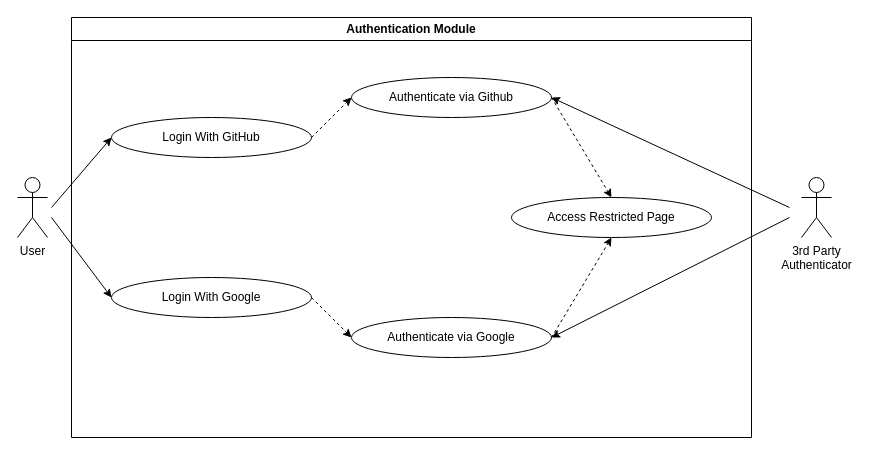
This is Usecase Diagram/Auth Module UseCase.drawio from Harshul1484/BMP-, a draw.io file, before an edit. Source tidied: cells renumbered, new cells numbered last; positions are measured from the earlier drawing's top-left corner, leaving out a move shared by most shapes. Both pictures are drawn from the tidied source at 100%, with x=0, y=0 at pixel (17, 17).
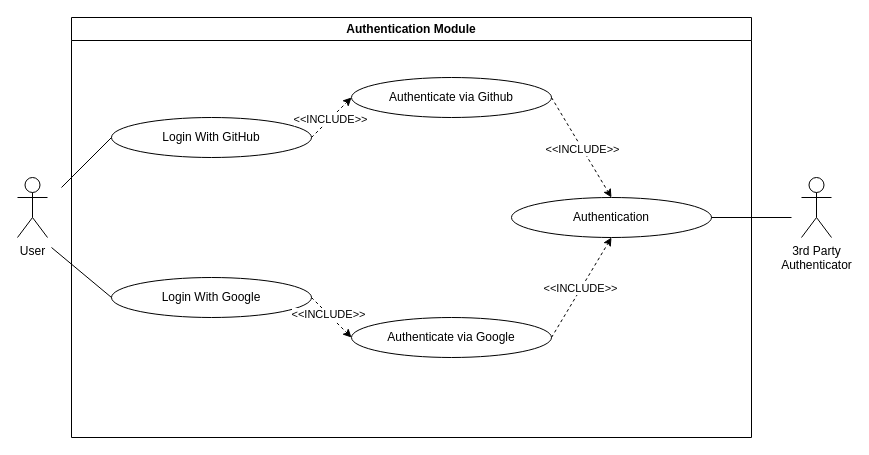
The same diagram, later.

Unchanged cells that the change refers to:
```xml
<mxCell id="2" value="Authentication Module" style="swimlane;whiteSpace=wrap;html=1;" parent="1" vertex="1">
  <mxGeometry x="54" width="680" height="420" as="geometry" />
</mxCell>
<mxCell id="3" value="Login With GitHub" style="ellipse;whiteSpace=wrap;html=1;" parent="2" vertex="1">
  <mxGeometry x="40" y="100" width="200" height="40" as="geometry" />
</mxCell>
<mxCell id="4" value="Login With Google" style="ellipse;whiteSpace=wrap;html=1;" parent="2" vertex="1">
  <mxGeometry x="40" y="260" width="200" height="40" as="geometry" />
</mxCell>
<mxCell id="5" value="Authenticate via Github" style="ellipse;whiteSpace=wrap;html=1;" parent="2" vertex="1">
  <mxGeometry x="280" y="60" width="200" height="40" as="geometry" />
</mxCell>
<mxCell id="6" value="Authenticate via Google" style="ellipse;whiteSpace=wrap;html=1;" parent="2" vertex="1">
  <mxGeometry x="280" y="300" width="200" height="40" as="geometry" />
</mxCell>
<mxCell id="9" style="endArrow=classic;html=1;rounded=0;exitX=1;exitY=0.5;exitDx=0;exitDy=0;entryX=0;entryY=0.5;entryDx=0;entryDy=0;dashed=1;" parent="2" edge="1" source="3" target="5">
  <mxGeometry relative="1" as="geometry" />
</mxCell>
<mxCell id="10" style="endArrow=classic;html=1;rounded=0;exitX=1;exitY=0.5;exitDx=0;exitDy=0;entryX=0;entryY=0.5;entryDx=0;entryDy=0;dashed=1;" parent="2" edge="1" source="4" target="6">
  <mxGeometry relative="1" as="geometry" />
</mxCell>
<mxCell id="11" style="endArrow=classic;html=1;rounded=0;exitX=1;exitY=0.5;exitDx=0;exitDy=0;entryX=0.5;entryY=0;entryDx=0;entryDy=0;dashed=1;" parent="2" edge="1" source="5" target="7">
  <mxGeometry relative="1" as="geometry" />
</mxCell>
<mxCell id="12" style="endArrow=classic;html=1;rounded=0;exitX=1;exitY=0.5;exitDx=0;exitDy=0;entryX=0.5;entryY=1;entryDx=0;entryDy=0;dashed=1;" parent="2" edge="1" source="6" target="7">
  <mxGeometry relative="1" as="geometry" />
</mxCell>
```

Diff of the diagram source:
```diff
@@
-    <mxCell id="7" value="Access Restricted Page" style="ellipse;whiteSpace=wrap;html=1;" parent="2" vertex="1">
+    <mxCell id="7" value="Authentication" style="ellipse;whiteSpace=wrap;html=1;" parent="2" vertex="1">
       <mxGeometry x="440" y="180" width="200" height="40" as="geometry" />
     </mxCell>
-    <mxCell id="8" style="endArrow=classic;html=1;rounded=0;entryX=0;entryY=0.5;entryDx=0;entryDy=0;" parent="2" edge="1" target="3">
-      <mxGeometry relative="1" as="geometry">
-        <mxPoint x="-20" y="190" as="sourcePoint" />
-      </mxGeometry>
-    </mxCell>
@@
+    <mxCell id="18" value="&amp;lt;&amp;lt;INCLUDE&amp;gt;&amp;gt;" style="edgeLabel;html=1;align=center;verticalAlign=middle;" parent="9" vertex="1">
+      <mxGeometry x="-0.03" y="-1" relative="1" as="geometry">
+        <mxPoint x="-1" as="offset" />
+      </mxGeometry>
+    </mxCell>
@@
+    <mxCell id="19" value="&amp;lt;&amp;lt;INCLUDE&amp;gt;&amp;gt;" style="edgeLabel;html=1;align=center;verticalAlign=middle;" parent="10" vertex="1">
+      <mxGeometry x="-0.15" relative="1" as="geometry" />
+    </mxCell>
@@
+    <mxCell id="20" value="&amp;lt;&amp;lt;INCLUDE&amp;gt;&amp;gt;" style="edgeLabel;html=1;align=center;verticalAlign=middle;" parent="11" vertex="1">
+      <mxGeometry x="0.03" y="-1" relative="1" as="geometry" />
+    </mxCell>
@@
+    <mxCell id="21" value="&amp;lt;&amp;lt;INCLUDE&amp;gt;&amp;gt;" style="edgeLabel;html=1;align=center;verticalAlign=middle;" parent="12" vertex="1">
+      <mxGeometry x="-0.03" y="1" relative="1" as="geometry" />
+    </mxCell>
+    <mxCell id="22" style="endArrow=none;html=1;rounded=0;" parent="2" edge="1">
+      <mxGeometry relative="1" as="geometry">
+        <mxPoint x="-10" y="170" as="sourcePoint" />
+        <mxPoint x="40" y="120" as="targetPoint" />
+      </mxGeometry>
+    </mxCell>
+    <mxCell id="23" style="endArrow=none;html=1;rounded=0;entryX=0;entryY=0.5;entryDx=0;entryDy=0;" parent="2" edge="1" target="4">
+      <mxGeometry relative="1" as="geometry">
+        <mxPoint x="-20" y="230" as="sourcePoint" />
+      </mxGeometry>
+    </mxCell>
@@
-    <mxCell id="14" style="endArrow=classic;html=1;rounded=0;entryX=0;entryY=0.5;entryDx=0;entryDy=0;" parent="1" edge="1" target="4">
-      <mxGeometry relative="1" as="geometry">
-        <mxPoint x="34" y="200" as="sourcePoint" />
-      </mxGeometry>
-    </mxCell>
@@
-    <mxCell id="16" style="endArrow=classic;html=1;rounded=0;entryX=1;entryY=0.5;entryDx=0;entryDy=0;" parent="1" edge="1" target="5">
-      <mxGeometry relative="1" as="geometry">
-        <mxPoint x="772" y="190" as="sourcePoint" />
-      </mxGeometry>
-    </mxCell>
-    <mxCell id="17" style="endArrow=classic;html=1;rounded=0;entryX=1;entryY=0.5;entryDx=0;entryDy=0;" parent="1" edge="1" target="6">
-      <mxGeometry relative="1" as="geometry">
-        <mxPoint x="772" y="200" as="sourcePoint" />
-      </mxGeometry>
-    </mxCell>
+    <mxCell id="24" style="endArrow=none;html=1;rounded=0;exitX=1;exitY=0.5;exitDx=0;exitDy=0;" parent="1" edge="1" source="7">
+      <mxGeometry relative="1" as="geometry">
+        <mxPoint x="774" y="200" as="targetPoint" />
+      </mxGeometry>
+    </mxCell>
```
